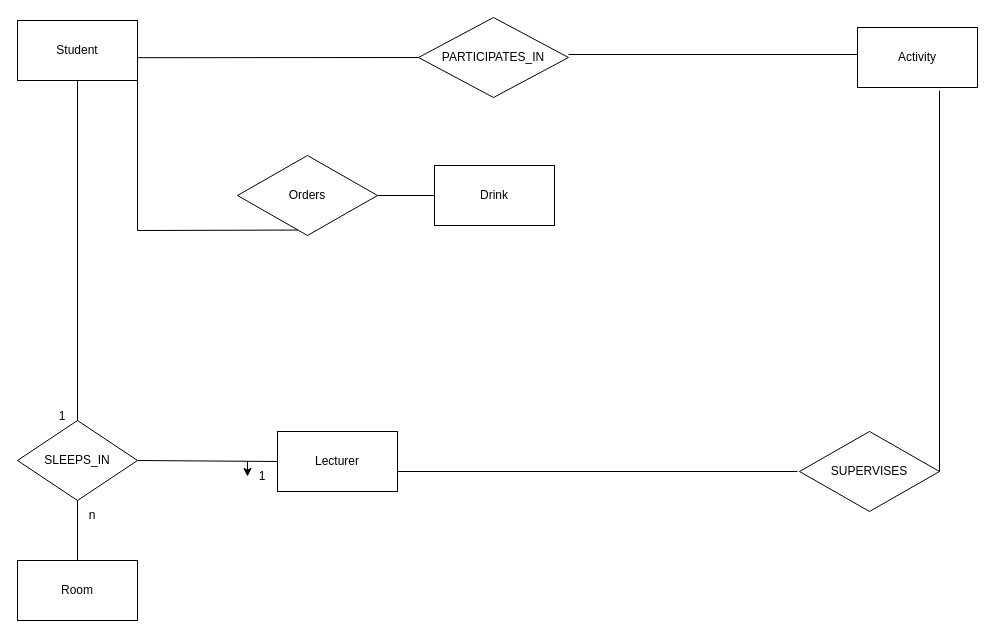
This is DatabasesERDdiagram.drawio from tnb1604/DatabasesProject, a draw.io file, before an edit. Source tidied: cells renumbered, new cells numbered last; positions are measured from the earlier drawing's top-left corner, leaving out a move shared by most shapes. Both pictures are drawn from the tidied source at 100%, with x=0, y=0 at pixel (17, 17).
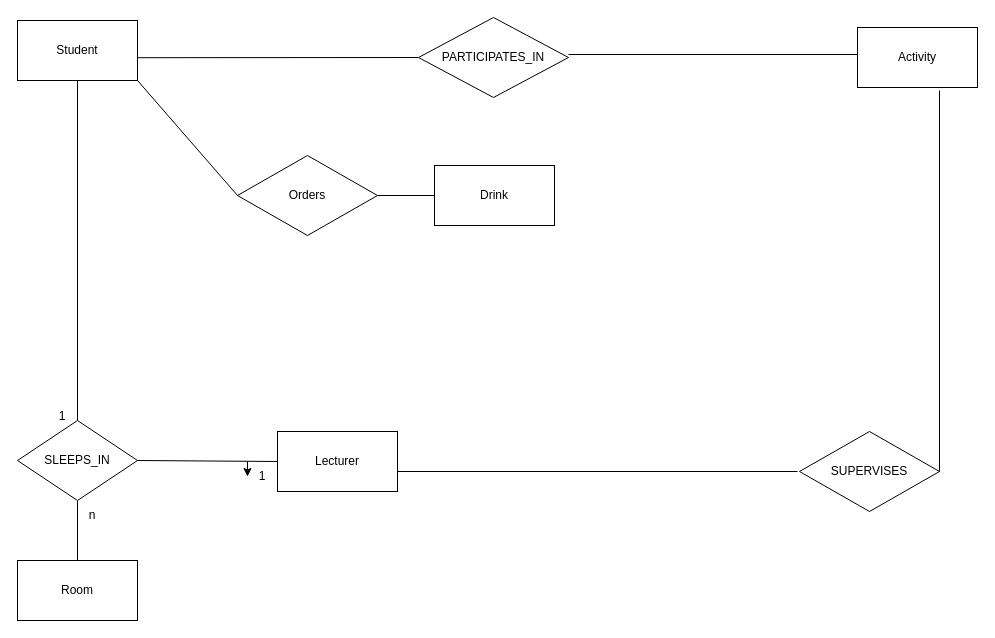
After the change.

Unchanged cells that the change refers to:
```xml
<mxCell id="2" value="Student" style="rounded=0;whiteSpace=wrap;html=1;" parent="1" vertex="1">
  <mxGeometry y="3" width="120" height="60" as="geometry" />
</mxCell>
<mxCell id="13" value="Orders" style="rhombus;whiteSpace=wrap;html=1;" parent="1" vertex="1">
  <mxGeometry x="220" y="138" width="140" height="80" as="geometry" />
</mxCell>
```

The edit, as a diff of the source:
```diff
@@
-    <mxCell id="23" style="endArrow=none;html=1;rounded=0;entryX=1;entryY=1;entryDx=0;entryDy=0;" parent="1" edge="1" target="2">
-      <mxGeometry relative="1" as="geometry">
-        <mxPoint x="120" y="213" as="sourcePoint" />
-      </mxGeometry>
+    <mxCell id="23" style="endArrow=none;html=1;rounded=0;entryX=1;entryY=1;entryDx=0;entryDy=0;exitX=0;exitY=0.5;exitDx=0;exitDy=0;" parent="1" edge="1" source="13" target="2">
+      <mxGeometry relative="1" as="geometry" />
     </mxCell>
-    <mxCell id="24" style="endArrow=none;html=1;rounded=0;entryX=0.431;entryY=0.932;entryDx=0;entryDy=0;entryPerimeter=0;" parent="1" edge="1" target="13">
-      <mxGeometry relative="1" as="geometry">
-        <mxPoint x="120" y="213" as="sourcePoint" />
-      </mxGeometry>
-    </mxCell>
```
